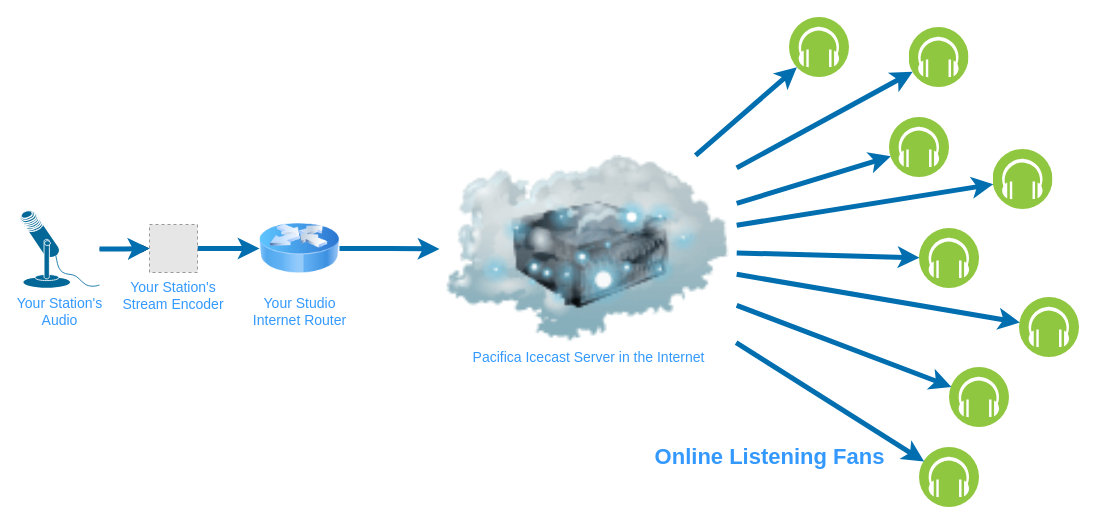
This is docs/streaming/assets/icecast-streaming.drawio from opensourceradio/ram, a draw.io file, before an edit. Source tidied: cells renumbered, new cells numbered last; positions are measured from the earlier drawing's top-left corner, leaving out a move shared by most shapes. Both pictures are drawn from the tidied source at 100%, with x=0, y=0 at pixel (19, 17). Pictures stored in the file or linked from it are replaced by grey dashed boxes.
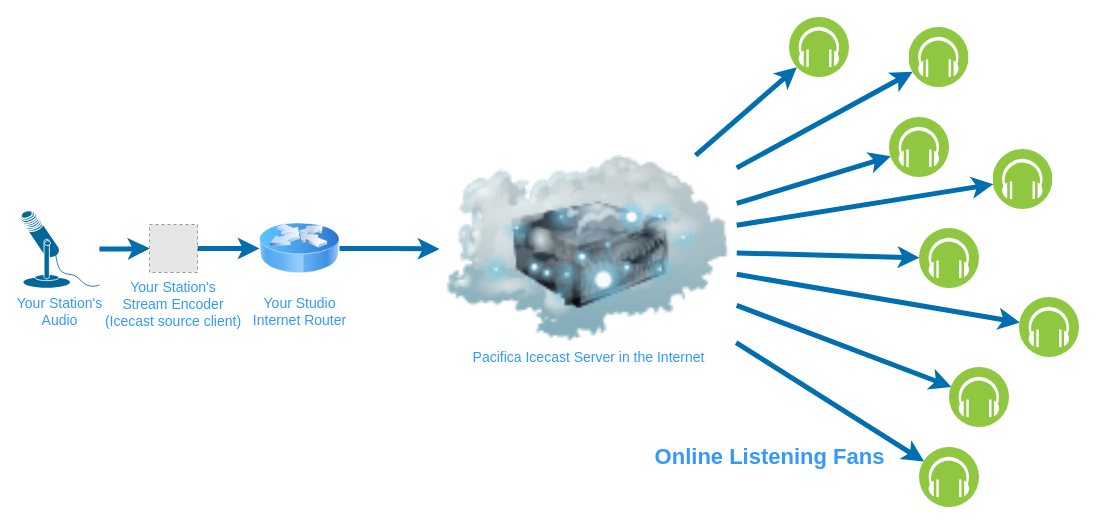
Above is the later version.

Commit message:
Add text to ecoder icon.

The edit, as a diff of the source:
```diff
@@
-    <mxCell id="3" value="Your Station's&#10;Stream Encoder" style="fillColor=#E6E6E6;strokeColor=#999999;dashed=1;verticalLabelPosition=bottom;verticalAlign=top;fontSize=14;fontColor=#3399FF;" parent="1" vertex="1">
+    <mxCell id="3" value="Your Station's&#10;Stream Encoder&#10;(Icecast source client)" style="fillColor=#E6E6E6;strokeColor=#999999;dashed=1;verticalLabelPosition=bottom;verticalAlign=top;fontSize=14;fontColor=#3399FF;" parent="1" vertex="1">
       <mxGeometry x="130" y="207" width="48" height="48" as="geometry" />
     </mxCell>
```
